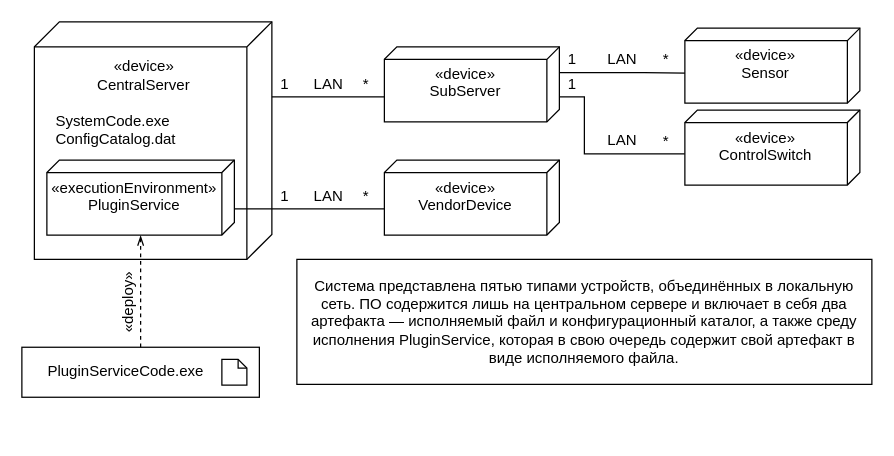
This is LAB3/Deployment_diagram.drawio from tireks/OOAP, a draw.io file, before an edit. Source tidied: cells renumbered, new cells numbered last; positions are measured from the earlier drawing's top-left corner, leaving out a move shared by most shapes. Both pictures are drawn from the tidied source at 125%, with x=0, y=0 at pixel (21, 21).
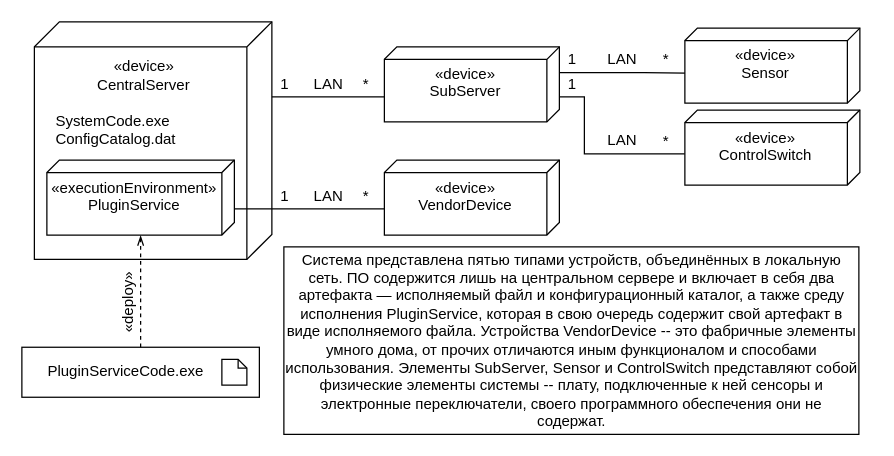
The same diagram, later.

Diff of the diagram source:
```diff
@@
-    <mxCell id="28" value="Система представлена пятью типами устройств, объединённых в локальную сеть. ПО содержится лишь на центральном сервере и включает в себя два артефакта&amp;nbsp;—&amp;nbsp;исполняемый файл и конфигурационный каталог, а также среду исполнения PluginService, которая в свою очередь содержит свой артефакт в виде исполняемого файла." style="whiteSpace=wrap;html=1;" parent="1" vertex="1">
-      <mxGeometry x="220" y="190" width="460" height="100" as="geometry" />
+    <mxCell id="28" value="Система представлена пятью типами устройств, объединённых в локальную сеть. ПО содержится лишь на центральном сервере и включает в себя два артефакта&amp;nbsp;—&amp;nbsp;исполняемый файл и конфигурационный каталог, а также среду исполнения PluginService, которая в свою очередь содержит свой артефакт в виде исполняемого файла. Устройства VendorDevice -- это фабричные элементы умного дома, от прочих отличаются иным функционалом и способами использования. Элементы SubServer, Sensor и ControlSwitch представляют собой физические элементы системы -- плату, подключенные к ней&amp;nbsp;сенсоры и электронные переключатели, своего программного обеспечения они не содержат." style="whiteSpace=wrap;html=1;" parent="1" vertex="1">
+      <mxGeometry x="209.6" y="180" width="460" height="150" as="geometry" />
     </mxCell>
```
